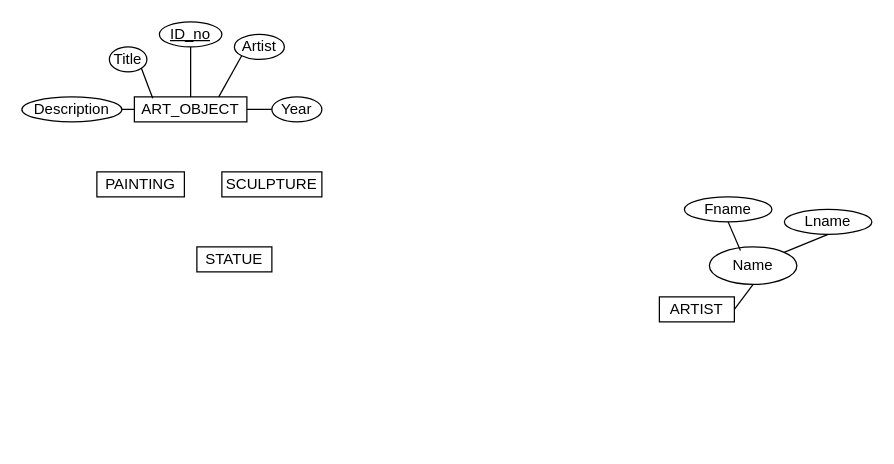
Above: .github/Untitled Diagram.drawio in Maan-Khedr-ENSF-300/museum-project-chantae-katherine (draw.io), before the change. Source tidied: cells renumbered, new cells numbered last; positions are measured from the earlier drawing's top-left corner, leaving out a move shared by most shapes. Both pictures are drawn from the tidied source at 125%, with x=0, y=0 at pixel (21, 21).
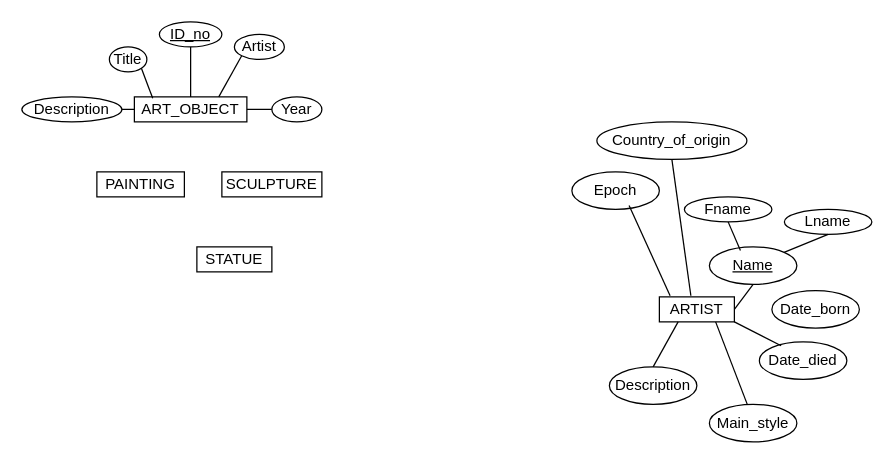
Above is the later version.

Commit message:
Add ARTIST attributes

The change refers to these unchanged cells:
```xml
<mxCell id="16" value="ARTIST" style="rounded=0;whiteSpace=wrap;html=1;" parent="1" vertex="1">
  <mxGeometry x="510" y="220" width="60" height="20" as="geometry" />
</mxCell>
```

What changed in the source:
```diff
@@
-    <mxCell id="17" value="Name" style="ellipse;whiteSpace=wrap;html=1;" parent="1" vertex="1">
+    <mxCell id="17" value="&lt;u&gt;Name&lt;/u&gt;" style="ellipse;whiteSpace=wrap;html=1;" parent="1" vertex="1">
       <mxGeometry x="550" y="180" width="70" height="30" as="geometry" />
     </mxCell>
@@
+    <mxCell id="23" value="Date_died" style="ellipse;whiteSpace=wrap;html=1;" parent="1" vertex="1">
+      <mxGeometry x="590" y="256" width="70" height="30" as="geometry" />
+    </mxCell>
+    <mxCell id="24" value="Date_born" style="ellipse;whiteSpace=wrap;html=1;" parent="1" vertex="1">
+      <mxGeometry x="600" y="215" width="70" height="30" as="geometry" />
+    </mxCell>
+    <mxCell id="25" value="Description" style="ellipse;whiteSpace=wrap;html=1;" parent="1" vertex="1">
+      <mxGeometry x="470" y="276" width="70" height="30" as="geometry" />
+    </mxCell>
+    <mxCell id="26" value="Main_style" style="ellipse;whiteSpace=wrap;html=1;" parent="1" vertex="1">
+      <mxGeometry x="550" y="306" width="70" height="30" as="geometry" />
+    </mxCell>
+    <mxCell id="27" value="Epoch" style="ellipse;whiteSpace=wrap;html=1;" parent="1" vertex="1">
+      <mxGeometry x="440" y="120" width="70" height="30" as="geometry" />
+    </mxCell>
+    <mxCell id="28" value="Country_of_origin" style="ellipse;whiteSpace=wrap;html=1;" parent="1" vertex="1">
+      <mxGeometry x="460" y="80" width="120" height="30" as="geometry" />
+    </mxCell>
+    <mxCell id="29" style="endArrow=none;html=1;rounded=0;exitX=0.654;exitY=0.896;exitDx=0;exitDy=0;exitPerimeter=0;entryX=0.143;entryY=-0.044;entryDx=0;entryDy=0;entryPerimeter=0;" parent="1" edge="1" source="27" target="16">
+      <mxGeometry relative="1" as="geometry" />
+    </mxCell>
+    <mxCell id="30" style="endArrow=none;html=1;rounded=0;exitX=0.5;exitY=1;exitDx=0;exitDy=0;entryX=0.42;entryY=-0.044;entryDx=0;entryDy=0;entryPerimeter=0;" parent="1" edge="1" source="28" target="16">
+      <mxGeometry relative="1" as="geometry" />
+    </mxCell>
+    <mxCell id="31" style="endArrow=none;html=1;rounded=0;entryX=0.249;entryY=0.104;entryDx=0;entryDy=0;entryPerimeter=0;exitX=1;exitY=1;exitDx=0;exitDy=0;" parent="1" edge="1" source="16" target="23">
+      <mxGeometry relative="1" as="geometry" />
+    </mxCell>
+    <mxCell id="32" style="endArrow=none;html=1;rounded=0;entryX=0.432;entryY=-0.007;entryDx=0;entryDy=0;entryPerimeter=0;exitX=0.75;exitY=1;exitDx=0;exitDy=0;" parent="1" edge="1" source="16" target="26">
+      <mxGeometry relative="1" as="geometry" />
+    </mxCell>
+    <mxCell id="33" style="endArrow=none;html=1;rounded=0;exitX=0.5;exitY=0;exitDx=0;exitDy=0;entryX=0.25;entryY=1;entryDx=0;entryDy=0;" parent="1" edge="1" source="25" target="16">
+      <mxGeometry relative="1" as="geometry" />
+    </mxCell>
```
